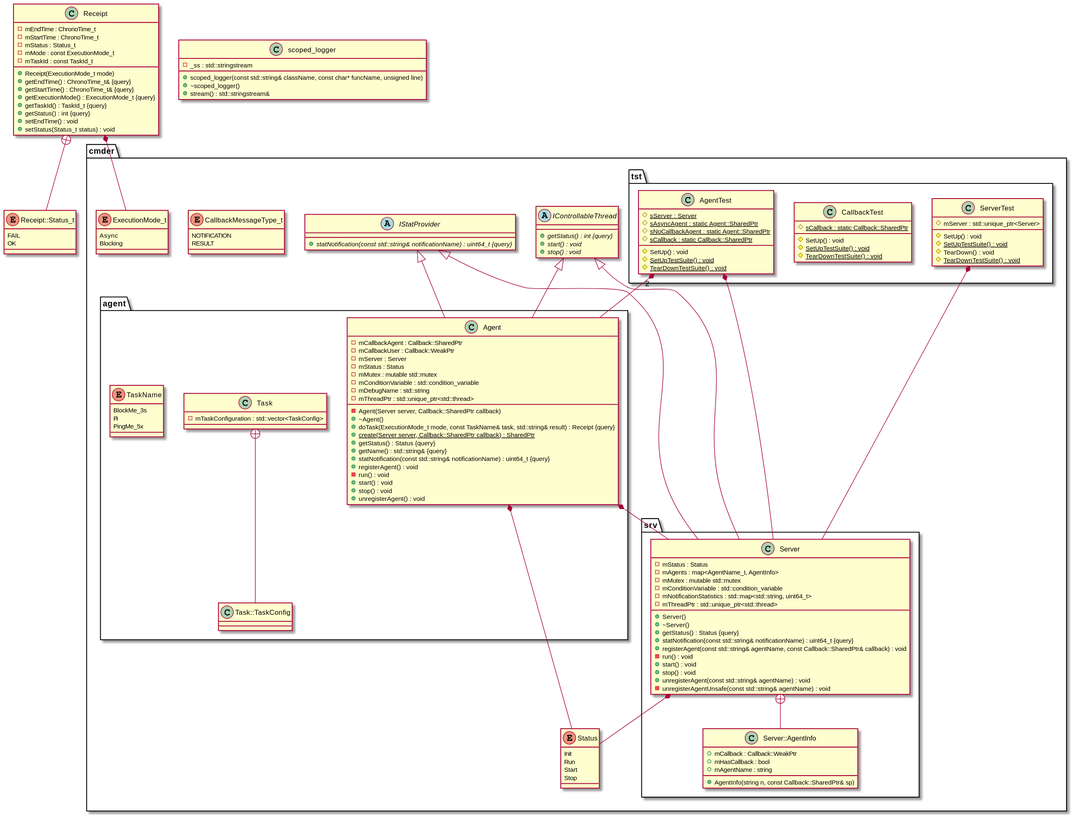
Above: diagrams/classdiagram.svg in h6wk/Cmder (PlantUML), before the change.
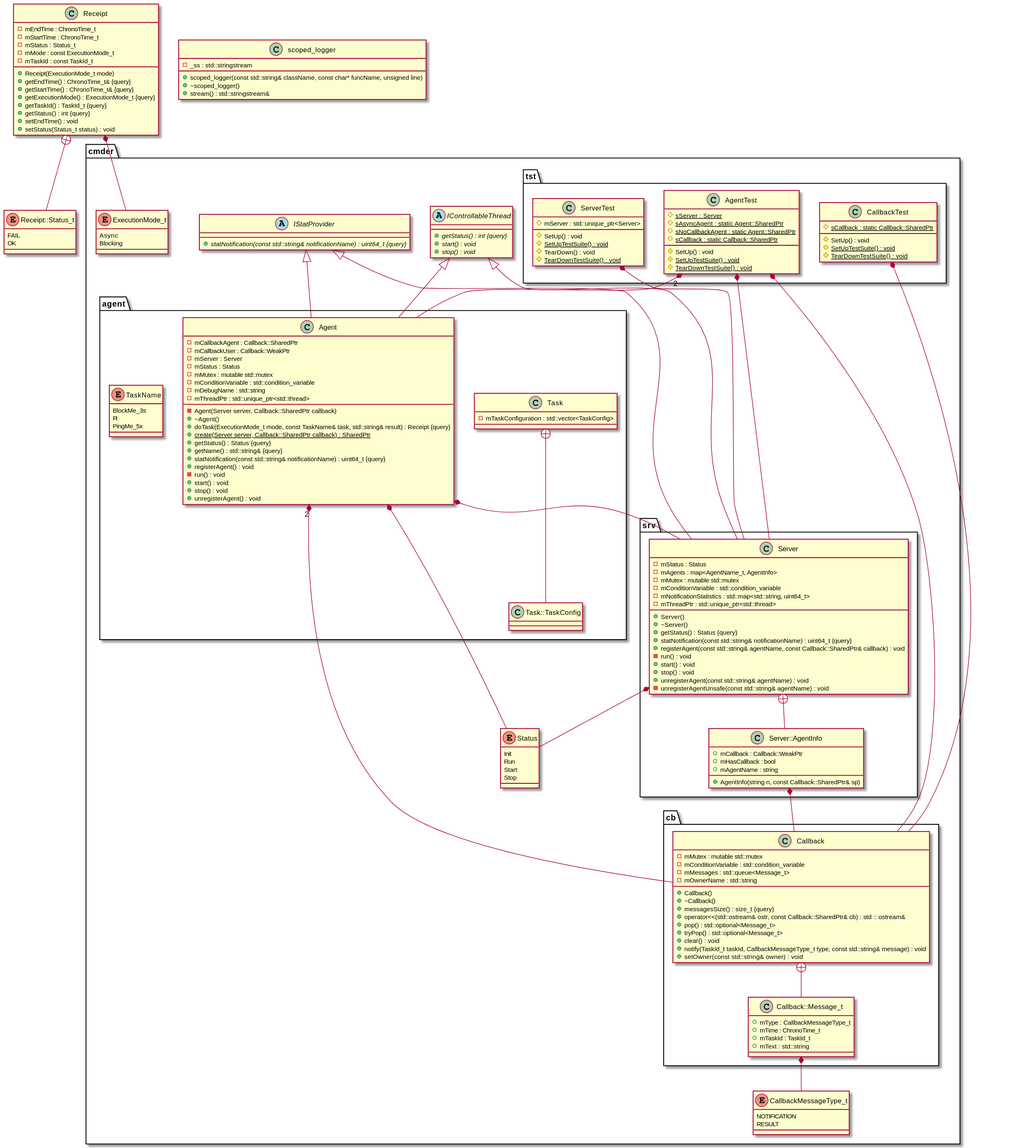
The same diagram one commit later.

The edit, as a diff of the source:
```diff
@@ -119,6 +119,31 @@
 		}
 	}
 
+	namespace cb {
+		class Callback {
+			+Callback()
+			+~Callback()
+			-mMutex : mutable std::mutex
+			+messagesSize() : size_t {query}
+			+operator<<(std::ostream& ostr, const Callback::SharedPtr& cb) : std :: ostream&
+			-mConditionVariable : std::condition_variable
+			+pop() : std::optional<Message_t>
+			+tryPop() : std::optional<Message_t>
+			-mMessages : std::queue<Message_t>
+			-mOwnerName : std::string
+			+clear() : void
+			+notify(TaskId_t taskId, CallbackMessageType_t type, const std::string& message) : void
+			+setOwner(const std::string& owner) : void
+		}
+
+		class Callback::Message_t {
+			+mType : CallbackMessageType_t
+			+mTime : ChronoTime_t
+			+mTaskId : TaskId_t
+			+mText : std::string
+		}
+	}
+
 	namespace agent {
 		class Agent {
 			-Agent(Server server, Callback::SharedPtr callback)
@@ -179,6 +204,9 @@
 
 
 
+cmder.agent.Agent "2" *-- cmder.cb.Callback
+
+
 cmder.agent.Agent *-- cmder.srv.Server
 
 
@@ -188,7 +216,16 @@
 cmder.tst.AgentTest "2" *-- cmder.agent.Agent
 
 
+cmder.tst.AgentTest *-- cmder.cb.Callback
+
+
 cmder.tst.AgentTest *-- cmder.srv.Server
+
+
+cmder.cb.Callback::Message_t *-- cmder.CallbackMessageType_t
+
+
+cmder.tst.CallbackTest *-- cmder.cb.Callback
 
 
 .Receipt *-- cmder.ExecutionMode_t
@@ -197,12 +234,18 @@
 cmder.srv.Server *-- cmder.Status
 
 
+cmder.srv.Server::AgentInfo *-- cmder.cb.Callback
+
+
 cmder.tst.ServerTest *-- cmder.srv.Server
 
 
 
 
 
+
+
+cmder.cb.Callback +-- cmder.cb.Callback::Message_t
 
 
 .Receipt +-- .Receipt::Status_t
```
